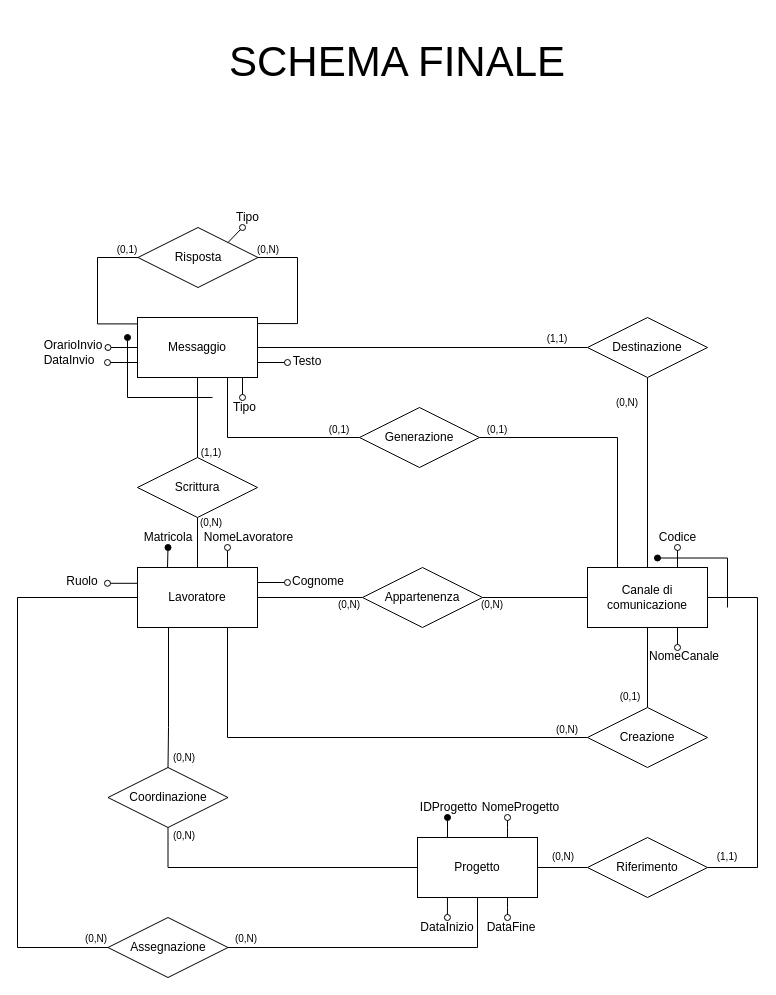
Earlier version of the draw.io diagram page "Schema Ristrutturato" (5 of 8) of Relazione/Schema ER/scheletro.drawio (martafra/BD-Chat-Multicanale). Source tidied: cells renumbered, new cells numbered last; positions are measured from the earlier drawing's top-left corner, leaving out a move shared by most shapes. Both pictures are drawn from the tidied source at 100%, with x=0, y=0 at pixel (17, 17).
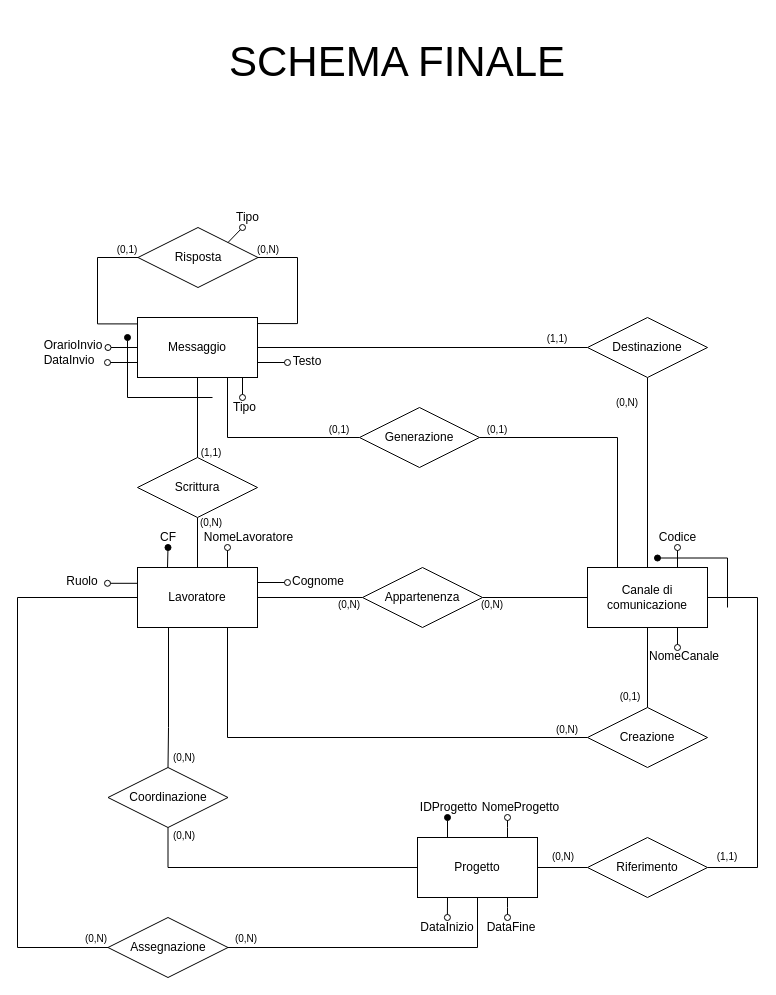
After the change.

What changed in the source:
```diff
@@
-    <mxCell id="41" value="Matricola" style="text;html=1;strokeColor=none;fillColor=none;align=center;verticalAlign=middle;whiteSpace=wrap;rounded=0;" parent="1" vertex="1">
+    <mxCell id="41" value="CF" style="text;html=1;strokeColor=none;fillColor=none;align=center;verticalAlign=middle;whiteSpace=wrap;rounded=0;" parent="1" vertex="1">
       <mxGeometry x="130.5" y="510" width="40" height="20" as="geometry" />
     </mxCell>
```
